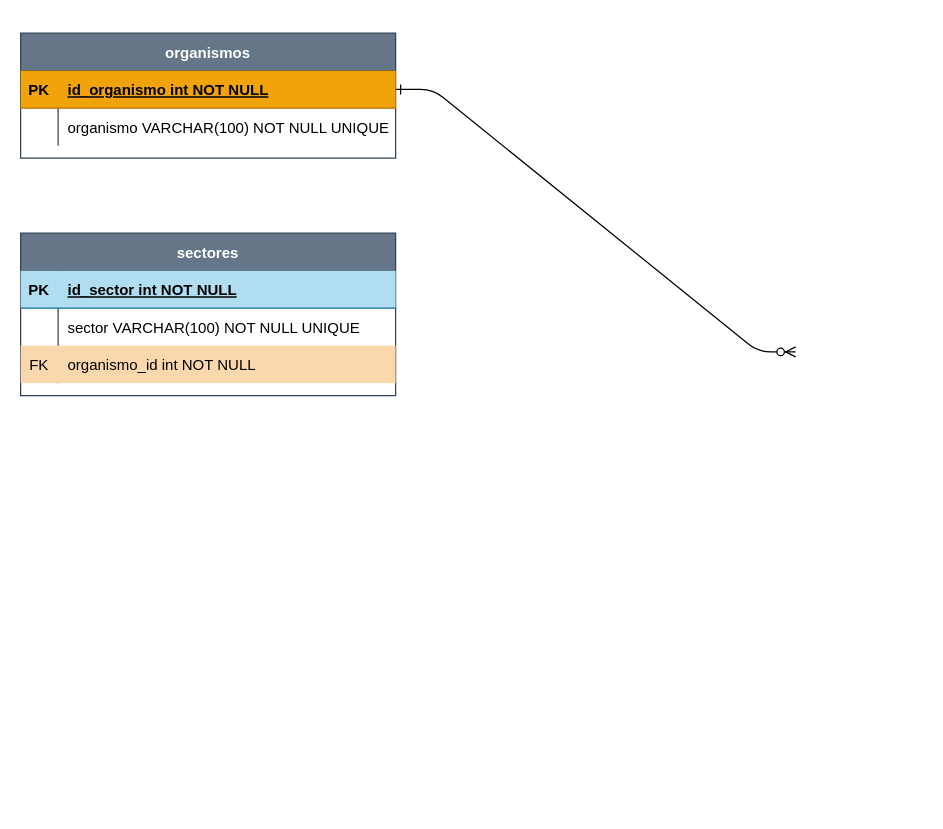
Before: juzgado_spps_solicitudes.drawio in sppsprogramacion/EER_juzgado_spps_solicitudes, a draw.io diagram. Source tidied: cells renumbered, new cells numbered last; positions are measured from the earlier drawing's top-left corner, leaving out a move shared by most shapes. Both pictures are drawn from the tidied source at 125%, with x=0, y=0 at pixel (20, 32).
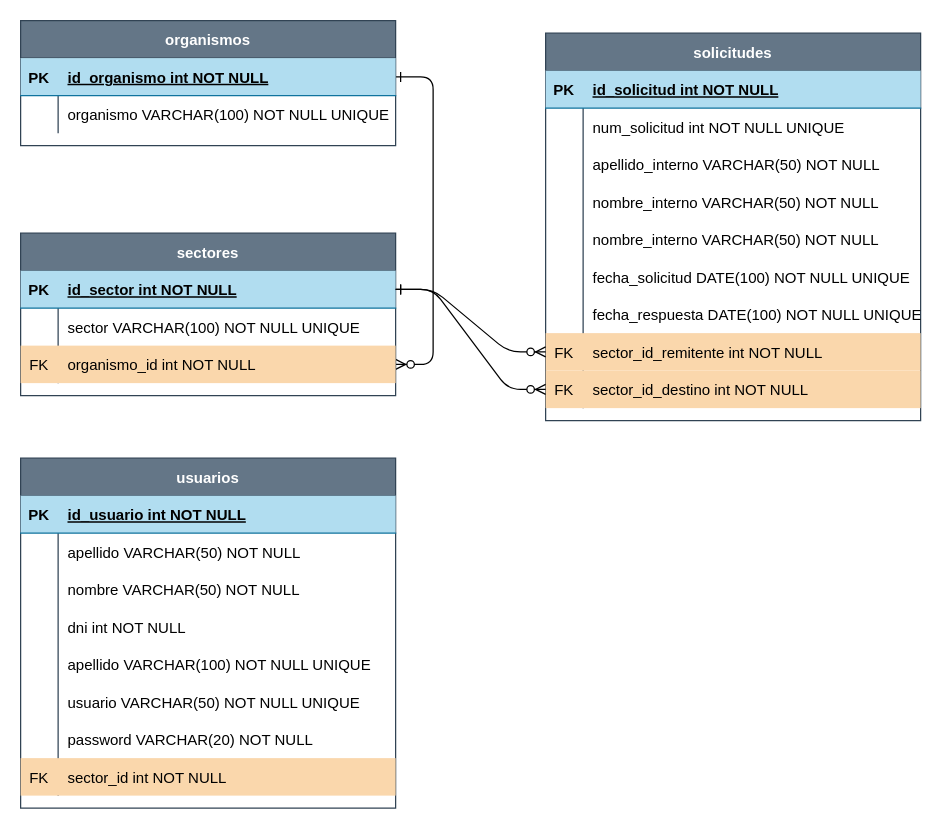
Above is the later version.

Unchanged cells that the change refers to:
```xml
<mxCell id="11" style="shape=partialRectangle;fillColor=#b1ddf0;points=[[0,0.5],[1,0.5]];portConstraint=eastwest;top=0;left=0;right=0;bottom=1;strokeColor=#10739e;" parent="10" vertex="1">
  <mxGeometry y="30" width="300" height="30" as="geometry" />
</mxCell>
<mxCell id="17" style="shape=partialRectangle;fillColor=#fad7ac;points=[[0,0.5],[1,0.5]];portConstraint=eastwest;top=0;left=0;right=0;bottom=0;strokeColor=#b46504;" parent="10" vertex="1">
  <mxGeometry y="90" width="300" height="30" as="geometry" />
</mxCell>
```

Diff of the diagram source:
```diff
@@
-    <mxCell id="2" style="edgeStyle=entityRelationEdgeStyle;endArrow=ERzeroToMany;startArrow=ERone;endFill=1;startFill=0;" parent="1" edge="1" source="4">
-      <mxGeometry relative="1" as="geometry">
-        <mxPoint x="620" y="255" as="targetPoint" />
-      </mxGeometry>
+    <mxCell id="2" style="edgeStyle=entityRelationEdgeStyle;endArrow=ERzeroToMany;startArrow=ERone;endFill=1;startFill=0;" parent="1" edge="1" source="4" target="17">
+      <mxGeometry relative="1" as="geometry" />
     </mxCell>
     <mxCell id="3" value="organismos" style="shape=table;startSize=30;childLayout=tableLayout;rowLines=0;fontStyle=1;align=center;fillColor=#647687;strokeColor=#314354;fontColor=#ffffff;" parent="1" vertex="1">
-      <mxGeometry width="300" height="100" as="geometry" />
+      <mxGeometry y="-10" width="300" height="100" as="geometry" />
     </mxCell>
-    <mxCell id="4" style="shape=partialRectangle;fillColor=#f0a30a;points=[[0,0.5],[1,0.5]];portConstraint=eastwest;top=0;left=0;right=0;bottom=1;strokeColor=#BD7000;fontColor=#000000;" parent="3" vertex="1">
+    <mxCell id="4" style="shape=partialRectangle;fillColor=#b1ddf0;points=[[0,0.5],[1,0.5]];portConstraint=eastwest;top=0;left=0;right=0;bottom=1;strokeColor=#10739e;" parent="3" vertex="1">
       <mxGeometry y="30" width="300" height="30" as="geometry" />
     </mxCell>
@@
+    <mxCell id="20" value="solicitudes" style="shape=table;startSize=30;childLayout=tableLayout;rowLines=0;fontStyle=1;align=center;fillColor=#647687;strokeColor=#314354;fontColor=#ffffff;" parent="1" vertex="1">
+      <mxGeometry x="420" width="300" height="310" as="geometry" />
+    </mxCell>
+    <mxCell id="21" style="shape=partialRectangle;fillColor=#b1ddf0;top=0;left=0;right=0;bottom=1;strokeColor=#10739e;" parent="20" vertex="1">
+      <mxGeometry y="30" width="300" height="30" as="geometry" />
+    </mxCell>
+    <mxCell id="22" value="PK" style="shape=partialRectangle;overflow=hidden;fillColor=none;top=0;left=0;bottom=0;right=0;fontStyle=1;" parent="21" vertex="1">
+      <mxGeometry width="30" height="30" as="geometry" />
+    </mxCell>
+    <mxCell id="23" value="id_solicitud int NOT NULL " style="shape=partialRectangle;overflow=hidden;fillColor=none;top=0;left=0;bottom=0;right=0;align=left;spacingLeft=6;fontStyle=5;" parent="21" vertex="1">
+      <mxGeometry x="30" width="270" height="30" as="geometry" />
+    </mxCell>
+    <mxCell id="24" style="shape=partialRectangle;fillColor=none;top=0;left=0;right=0;bottom=0;" parent="20" vertex="1">
+      <mxGeometry y="60" width="300" height="30" as="geometry" />
+    </mxCell>
+    <mxCell id="25" style="shape=partialRectangle;overflow=hidden;fillColor=none;top=0;left=0;bottom=0;right=0;" parent="24" vertex="1">
+      <mxGeometry width="30" height="30" as="geometry" />
+    </mxCell>
+    <mxCell id="26" value="num_solicitud int NOT NULL UNIQUE" style="shape=partialRectangle;overflow=hidden;fillColor=none;top=0;left=0;bottom=0;right=0;align=left;spacingLeft=6;" parent="24" vertex="1">
+      <mxGeometry x="30" width="270" height="30" as="geometry" />
+    </mxCell>
+    <mxCell id="27" style="shape=partialRectangle;fillColor=none;top=0;left=0;right=0;bottom=0;" parent="20" vertex="1">
+      <mxGeometry y="90" width="300" height="30" as="geometry" />
+    </mxCell>
+    <mxCell id="28" style="shape=partialRectangle;overflow=hidden;fillColor=none;top=0;left=0;bottom=0;right=0;" parent="27" vertex="1">
+      <mxGeometry width="30" height="30" as="geometry" />
+    </mxCell>
+    <mxCell id="29" value="apellido_interno VARCHAR(50) NOT NULL" style="shape=partialRectangle;overflow=hidden;fillColor=none;top=0;left=0;bottom=0;right=0;align=left;spacingLeft=6;" parent="27" vertex="1">
+      <mxGeometry x="30" width="270" height="30" as="geometry" />
+    </mxCell>
+    <mxCell id="30" style="shape=partialRectangle;fillColor=none;top=0;left=0;right=0;bottom=0;" parent="20" vertex="1">
+      <mxGeometry y="120" width="300" height="30" as="geometry" />
+    </mxCell>
+    <mxCell id="31" style="shape=partialRectangle;overflow=hidden;fillColor=none;top=0;left=0;bottom=0;right=0;" parent="30" vertex="1">
+      <mxGeometry width="30" height="30" as="geometry" />
+    </mxCell>
+    <mxCell id="32" value="nombre_interno VARCHAR(50) NOT NULL " style="shape=partialRectangle;overflow=hidden;fillColor=none;top=0;left=0;bottom=0;right=0;align=left;spacingLeft=6;" parent="30" vertex="1">
+      <mxGeometry x="30" width="270" height="30" as="geometry" />
+    </mxCell>
+    <mxCell id="33" style="shape=partialRectangle;fillColor=none;top=0;left=0;right=0;bottom=0;" parent="20" vertex="1">
+      <mxGeometry y="150" width="300" height="30" as="geometry" />
+    </mxCell>
+    <mxCell id="34" style="shape=partialRectangle;overflow=hidden;fillColor=none;top=0;left=0;bottom=0;right=0;" parent="33" vertex="1">
+      <mxGeometry width="30" height="30" as="geometry" />
+    </mxCell>
+    <mxCell id="35" value="nombre_interno VARCHAR(50) NOT NULL " style="shape=partialRectangle;overflow=hidden;fillColor=none;top=0;left=0;bottom=0;right=0;align=left;spacingLeft=6;" parent="33" vertex="1">
+      <mxGeometry x="30" width="270" height="30" as="geometry" />
+    </mxCell>
+    <mxCell id="36" style="shape=partialRectangle;fillColor=none;top=0;left=0;right=0;bottom=0;" parent="20" vertex="1">
+      <mxGeometry y="180" width="300" height="30" as="geometry" />
+    </mxCell>
+    <mxCell id="37" style="shape=partialRectangle;overflow=hidden;fillColor=none;top=0;left=0;bottom=0;right=0;" parent="36" vertex="1">
+      <mxGeometry width="30" height="30" as="geometry" />
+    </mxCell>
+    <mxCell id="38" value="fecha_solicitud DATE(100) NOT NULL UNIQUE" style="shape=partialRectangle;overflow=hidden;fillColor=none;top=0;left=0;bottom=0;right=0;align=left;spacingLeft=6;" parent="36" vertex="1">
+      <mxGeometry x="30" width="270" height="30" as="geometry" />
+    </mxCell>
+    <mxCell id="39" style="shape=partialRectangle;fillColor=none;top=0;left=0;right=0;bottom=0;" parent="20" vertex="1">
+      <mxGeometry y="210" width="300" height="30" as="geometry" />
+    </mxCell>
+    <mxCell id="40" style="shape=partialRectangle;overflow=hidden;fillColor=none;top=0;left=0;bottom=0;right=0;" parent="39" vertex="1">
+      <mxGeometry width="30" height="30" as="geometry" />
+    </mxCell>
+    <mxCell id="41" value="fecha_respuesta DATE(100) NOT NULL UNIQUE" style="shape=partialRectangle;overflow=hidden;fillColor=none;top=0;left=0;bottom=0;right=0;align=left;spacingLeft=6;" parent="39" vertex="1">
+      <mxGeometry x="30" width="270" height="30" as="geometry" />
+    </mxCell>
+    <mxCell id="42" style="shape=partialRectangle;fillColor=#fad7ac;points=[[0,0.5],[1,0.5]];portConstraint=eastwest;top=0;left=0;right=0;bottom=0;strokeColor=#b46504;" parent="20" vertex="1">
+      <mxGeometry y="240" width="300" height="30" as="geometry" />
+    </mxCell>
+    <mxCell id="43" value="FK" style="shape=partialRectangle;overflow=hidden;fillColor=none;top=0;left=0;bottom=0;right=0;" parent="42" vertex="1">
+      <mxGeometry width="30" height="30" as="geometry" />
+    </mxCell>
+    <mxCell id="44" value="sector_id_remitente int NOT NULL" style="shape=partialRectangle;overflow=hidden;fillColor=none;top=0;left=0;bottom=0;right=0;align=left;spacingLeft=6;" parent="42" vertex="1">
+      <mxGeometry x="30" width="270" height="30" as="geometry" />
+    </mxCell>
+    <mxCell id="45" style="shape=partialRectangle;fillColor=#fad7ac;points=[[0,0.5],[1,0.5]];portConstraint=eastwest;top=0;left=0;right=0;bottom=0;strokeColor=#b46504;" parent="20" vertex="1">
+      <mxGeometry y="270" width="300" height="30" as="geometry" />
+    </mxCell>
+    <mxCell id="46" value="FK" style="shape=partialRectangle;overflow=hidden;fillColor=none;top=0;left=0;bottom=0;right=0;" parent="45" vertex="1">
+      <mxGeometry width="30" height="30" as="geometry" />
+    </mxCell>
+    <mxCell id="47" value="sector_id_destino int NOT NULL" style="shape=partialRectangle;overflow=hidden;fillColor=none;top=0;left=0;bottom=0;right=0;align=left;spacingLeft=6;" parent="45" vertex="1">
+      <mxGeometry x="30" width="270" height="30" as="geometry" />
+    </mxCell>
+    <mxCell id="48" style="edgeStyle=entityRelationEdgeStyle;endArrow=ERzeroToMany;startArrow=ERone;endFill=1;startFill=0;exitX=1;exitY=0.5;exitDx=0;exitDy=0;entryX=0;entryY=0.5;entryDx=0;entryDy=0;" parent="1" edge="1" source="11" target="42">
+      <mxGeometry relative="1" as="geometry" />
+    </mxCell>
+    <mxCell id="49" style="edgeStyle=entityRelationEdgeStyle;endArrow=ERzeroToMany;startArrow=ERone;endFill=1;startFill=0;exitX=1;exitY=0.5;exitDx=0;exitDy=0;entryX=0;entryY=0.5;entryDx=0;entryDy=0;" parent="1" edge="1" source="11" target="45">
+      <mxGeometry relative="1" as="geometry" />
+    </mxCell>
+    <mxCell id="50" value="usuarios" style="shape=table;startSize=30;childLayout=tableLayout;rowLines=0;fontStyle=1;align=center;fillColor=#647687;strokeColor=#314354;fontColor=#ffffff;" parent="1" vertex="1">
+      <mxGeometry y="340" width="300" height="280" as="geometry" />
+    </mxCell>
+    <mxCell id="51" style="shape=partialRectangle;fillColor=#b1ddf0;top=0;left=0;right=0;bottom=1;strokeColor=#10739e;" parent="50" vertex="1">
+      <mxGeometry y="30" width="300" height="30" as="geometry" />
+    </mxCell>
+    <mxCell id="52" value="PK" style="shape=partialRectangle;overflow=hidden;fillColor=none;top=0;left=0;bottom=0;right=0;fontStyle=1;" parent="51" vertex="1">
+      <mxGeometry width="30" height="30" as="geometry" />
+    </mxCell>
+    <mxCell id="53" value="id_usuario int NOT NULL " style="shape=partialRectangle;overflow=hidden;fillColor=none;top=0;left=0;bottom=0;right=0;align=left;spacingLeft=6;fontStyle=5;" parent="51" vertex="1">
+      <mxGeometry x="30" width="270" height="30" as="geometry" />
+    </mxCell>
+    <mxCell id="54" style="shape=partialRectangle;fillColor=none;top=0;left=0;right=0;bottom=0;" parent="50" vertex="1">
+      <mxGeometry y="60" width="300" height="30" as="geometry" />
+    </mxCell>
+    <mxCell id="55" style="shape=partialRectangle;overflow=hidden;fillColor=none;top=0;left=0;bottom=0;right=0;" parent="54" vertex="1">
+      <mxGeometry width="30" height="30" as="geometry" />
+    </mxCell>
+    <mxCell id="56" value="apellido VARCHAR(50) NOT NULL" style="shape=partialRectangle;overflow=hidden;fillColor=none;top=0;left=0;bottom=0;right=0;align=left;spacingLeft=6;" parent="54" vertex="1">
+      <mxGeometry x="30" width="270" height="30" as="geometry" />
+    </mxCell>
+    <mxCell id="57" style="shape=partialRectangle;fillColor=none;top=0;left=0;right=0;bottom=0;" parent="50" vertex="1">
+      <mxGeometry y="90" width="300" height="30" as="geometry" />
+    </mxCell>
+    <mxCell id="58" style="shape=partialRectangle;overflow=hidden;fillColor=none;top=0;left=0;bottom=0;right=0;" parent="57" vertex="1">
+      <mxGeometry width="30" height="30" as="geometry" />
+    </mxCell>
+    <mxCell id="59" value="nombre VARCHAR(50) NOT NULL" style="shape=partialRectangle;overflow=hidden;fillColor=none;top=0;left=0;bottom=0;right=0;align=left;spacingLeft=6;" parent="57" vertex="1">
+      <mxGeometry x="30" width="270" height="30" as="geometry" />
+    </mxCell>
+    <mxCell id="60" style="shape=partialRectangle;fillColor=none;top=0;left=0;right=0;bottom=0;" parent="50" vertex="1">
+      <mxGeometry y="120" width="300" height="30" as="geometry" />
+    </mxCell>
+    <mxCell id="61" style="shape=partialRectangle;overflow=hidden;fillColor=none;top=0;left=0;bottom=0;right=0;" parent="60" vertex="1">
+      <mxGeometry width="30" height="30" as="geometry" />
+    </mxCell>
+    <mxCell id="62" value="dni int NOT NULL" style="shape=partialRectangle;overflow=hidden;fillColor=none;top=0;left=0;bottom=0;right=0;align=left;spacingLeft=6;" parent="60" vertex="1">
+      <mxGeometry x="30" width="270" height="30" as="geometry" />
+    </mxCell>
+    <mxCell id="63" style="shape=partialRectangle;fillColor=none;top=0;left=0;right=0;bottom=0;" parent="50" vertex="1">
+      <mxGeometry y="150" width="300" height="30" as="geometry" />
+    </mxCell>
+    <mxCell id="64" style="shape=partialRectangle;overflow=hidden;fillColor=none;top=0;left=0;bottom=0;right=0;" parent="63" vertex="1">
+      <mxGeometry width="30" height="30" as="geometry" />
+    </mxCell>
+    <mxCell id="65" value="apellido VARCHAR(100) NOT NULL UNIQUE" style="shape=partialRectangle;overflow=hidden;fillColor=none;top=0;left=0;bottom=0;right=0;align=left;spacingLeft=6;" parent="63" vertex="1">
+      <mxGeometry x="30" width="270" height="30" as="geometry" />
+    </mxCell>
+    <mxCell id="66" style="shape=partialRectangle;fillColor=none;top=0;left=0;right=0;bottom=0;" parent="50" vertex="1">
+      <mxGeometry y="180" width="300" height="30" as="geometry" />
+    </mxCell>
+    <mxCell id="67" style="shape=partialRectangle;overflow=hidden;fillColor=none;top=0;left=0;bottom=0;right=0;" parent="66" vertex="1">
+      <mxGeometry width="30" height="30" as="geometry" />
+    </mxCell>
+    <mxCell id="68" value="usuario VARCHAR(50) NOT NULL UNIQUE" style="shape=partialRectangle;overflow=hidden;fillColor=none;top=0;left=0;bottom=0;right=0;align=left;spacingLeft=6;" parent="66" vertex="1">
+      <mxGeometry x="30" width="270" height="30" as="geometry" />
+    </mxCell>
+    <mxCell id="69" style="shape=partialRectangle;fillColor=none;top=0;left=0;right=0;bottom=0;" parent="50" vertex="1">
+      <mxGeometry y="210" width="300" height="30" as="geometry" />
+    </mxCell>
+    <mxCell id="70" style="shape=partialRectangle;overflow=hidden;fillColor=none;top=0;left=0;bottom=0;right=0;" parent="69" vertex="1">
+      <mxGeometry width="30" height="30" as="geometry" />
+    </mxCell>
+    <mxCell id="71" value="password VARCHAR(20) NOT NULL" style="shape=partialRectangle;overflow=hidden;fillColor=none;top=0;left=0;bottom=0;right=0;align=left;spacingLeft=6;" parent="69" vertex="1">
+      <mxGeometry x="30" width="270" height="30" as="geometry" />
+    </mxCell>
+    <mxCell id="72" style="shape=partialRectangle;fillColor=#fad7ac;top=0;left=0;right=0;bottom=0;strokeColor=#b46504;" parent="50" vertex="1">
+      <mxGeometry y="240" width="300" height="30" as="geometry" />
+    </mxCell>
+    <mxCell id="73" value="FK" style="shape=partialRectangle;overflow=hidden;fillColor=none;top=0;left=0;bottom=0;right=0;" parent="72" vertex="1">
+      <mxGeometry width="30" height="30" as="geometry" />
+    </mxCell>
+    <mxCell id="74" value="sector_id int NOT NULL" style="shape=partialRectangle;overflow=hidden;fillColor=none;top=0;left=0;bottom=0;right=0;align=left;spacingLeft=6;" parent="72" vertex="1">
+      <mxGeometry x="30" width="270" height="30" as="geometry" />
+    </mxCell>
```
